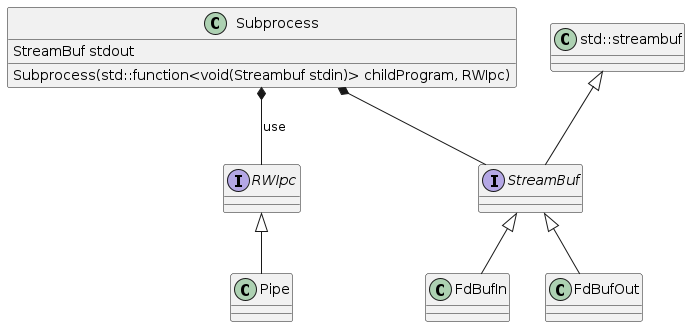
Above: report/class_diagram.png in stewkk/iu9-coursework (PlantUML), before the change. Source of this version:
```plantuml
@startuml
class Subprocess {
  StreamBuf stdout

  Subprocess(std::function<void(Streambuf stdin)> childProgram, RWIpc)
}

interface StreamBuf

interface RWIpc

class Pipe

class std::streambuf

class FdBufOut

class FdBufIn

Subprocess *-- StreamBuf
Subprocess *-- RWIpc : use
std::streambuf <|-- StreamBuf
StreamBuf <|-- FdBufOut
StreamBuf <|-- FdBufIn
RWIpc <|-- Pipe

@enduml
```
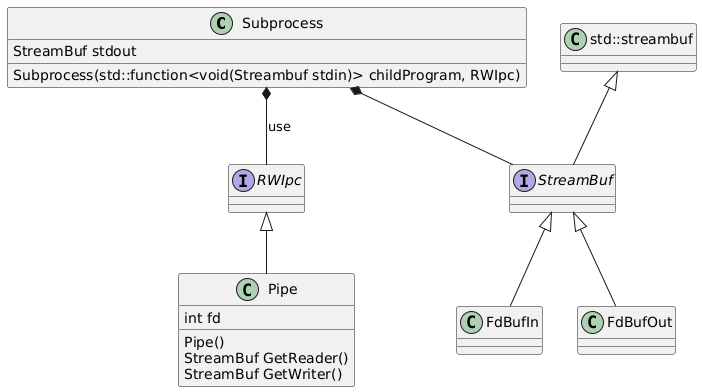
After the commit.

What changed in the source:
```diff
@@ -9,7 +9,12 @@
 
 interface RWIpc
 
-class Pipe
+class Pipe {
+  int fd
+  Pipe()
+  StreamBuf GetReader()
+  StreamBuf GetWriter()
+}
 
 class std::streambuf
 
```
